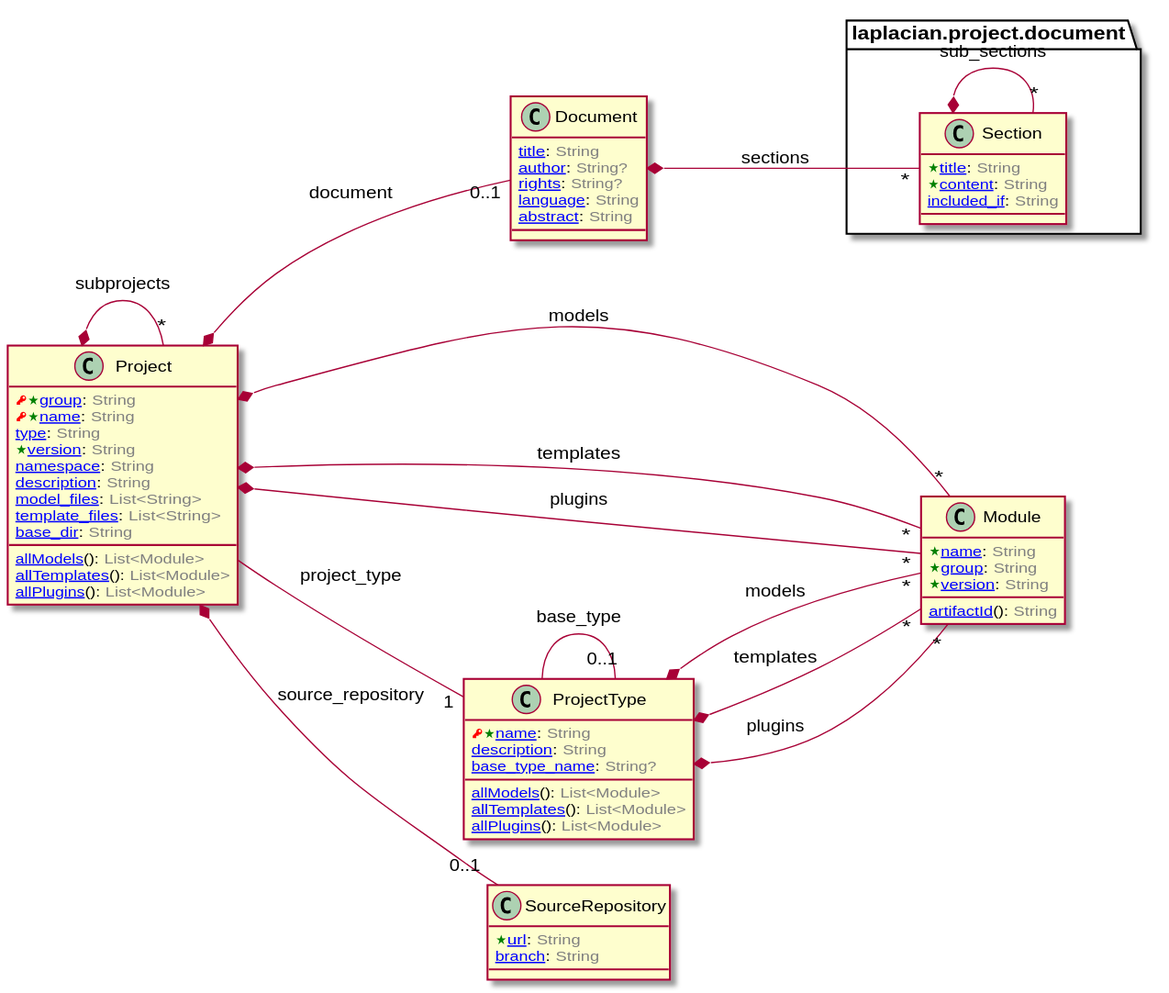
This is doc/image/model-diagram.svg from laplacian-core/project.domain-model, a PlantUML export, as it was before one commit.
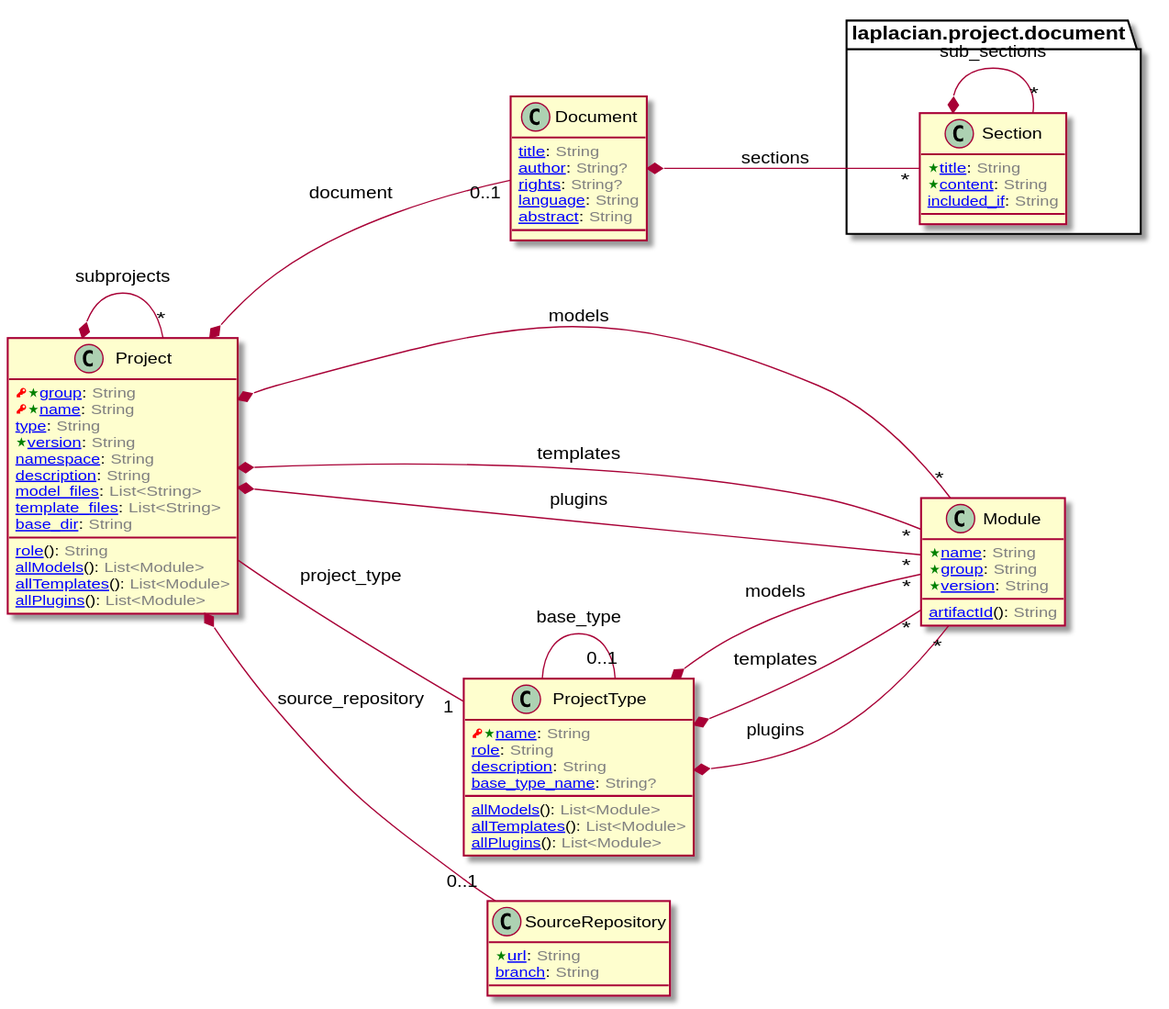
Later version of the same file.

Commit message:
define the role of project

Diff of the diagram source:
```diff
@@ -55,6 +55,7 @@
   <color:RED><&key></color><color:Green><&star></color>[[/blob/master/doc/entities/Project.md#group-string group]]: <color:GRAY>String</color>
   <color:RED><&key></color><color:Green><&star></color>[[/blob/master/doc/entities/Project.md#name-string name]]: <color:GRAY>String</color>
   [[/blob/master/doc/entities/Project.md#type-string type]]: <color:GRAY>String</color>
+  [[/blob/master/doc/entities/Project.md#role-string role]](): <color:GRAY>String</color>
   <color:Green><&star></color>[[/blob/master/doc/entities/Project.md#version-string version]]: <color:GRAY>String</color>
   [[/blob/master/doc/entities/Project.md#namespace-string namespace]]: <color:GRAY>String</color>
   [[/blob/master/doc/entities/Project.md#description-string description]]: <color:GRAY>String</color>
@@ -120,6 +121,7 @@
 
 class ProjectType [[/blob/master/doc/entities/ProjectType.md]] {
   <color:RED><&key></color><color:Green><&star></color>[[/blob/master/doc/entities/ProjectType.md#name-string name]]: <color:GRAY>String</color>
+  [[/blob/master/doc/entities/ProjectType.md#role-string role]]: <color:GRAY>String</color>
   [[/blob/master/doc/entities/ProjectType.md#description-string description]]: <color:GRAY>String</color>
   [[/blob/master/doc/entities/ProjectType.md#base_type_name-string base_type_name]]: <color:GRAY>String?</color>
   [[/blob/master/doc/entities/ProjectType.md#all_models-listModule allModels]](): <color:GRAY>List<Module></color>
```
